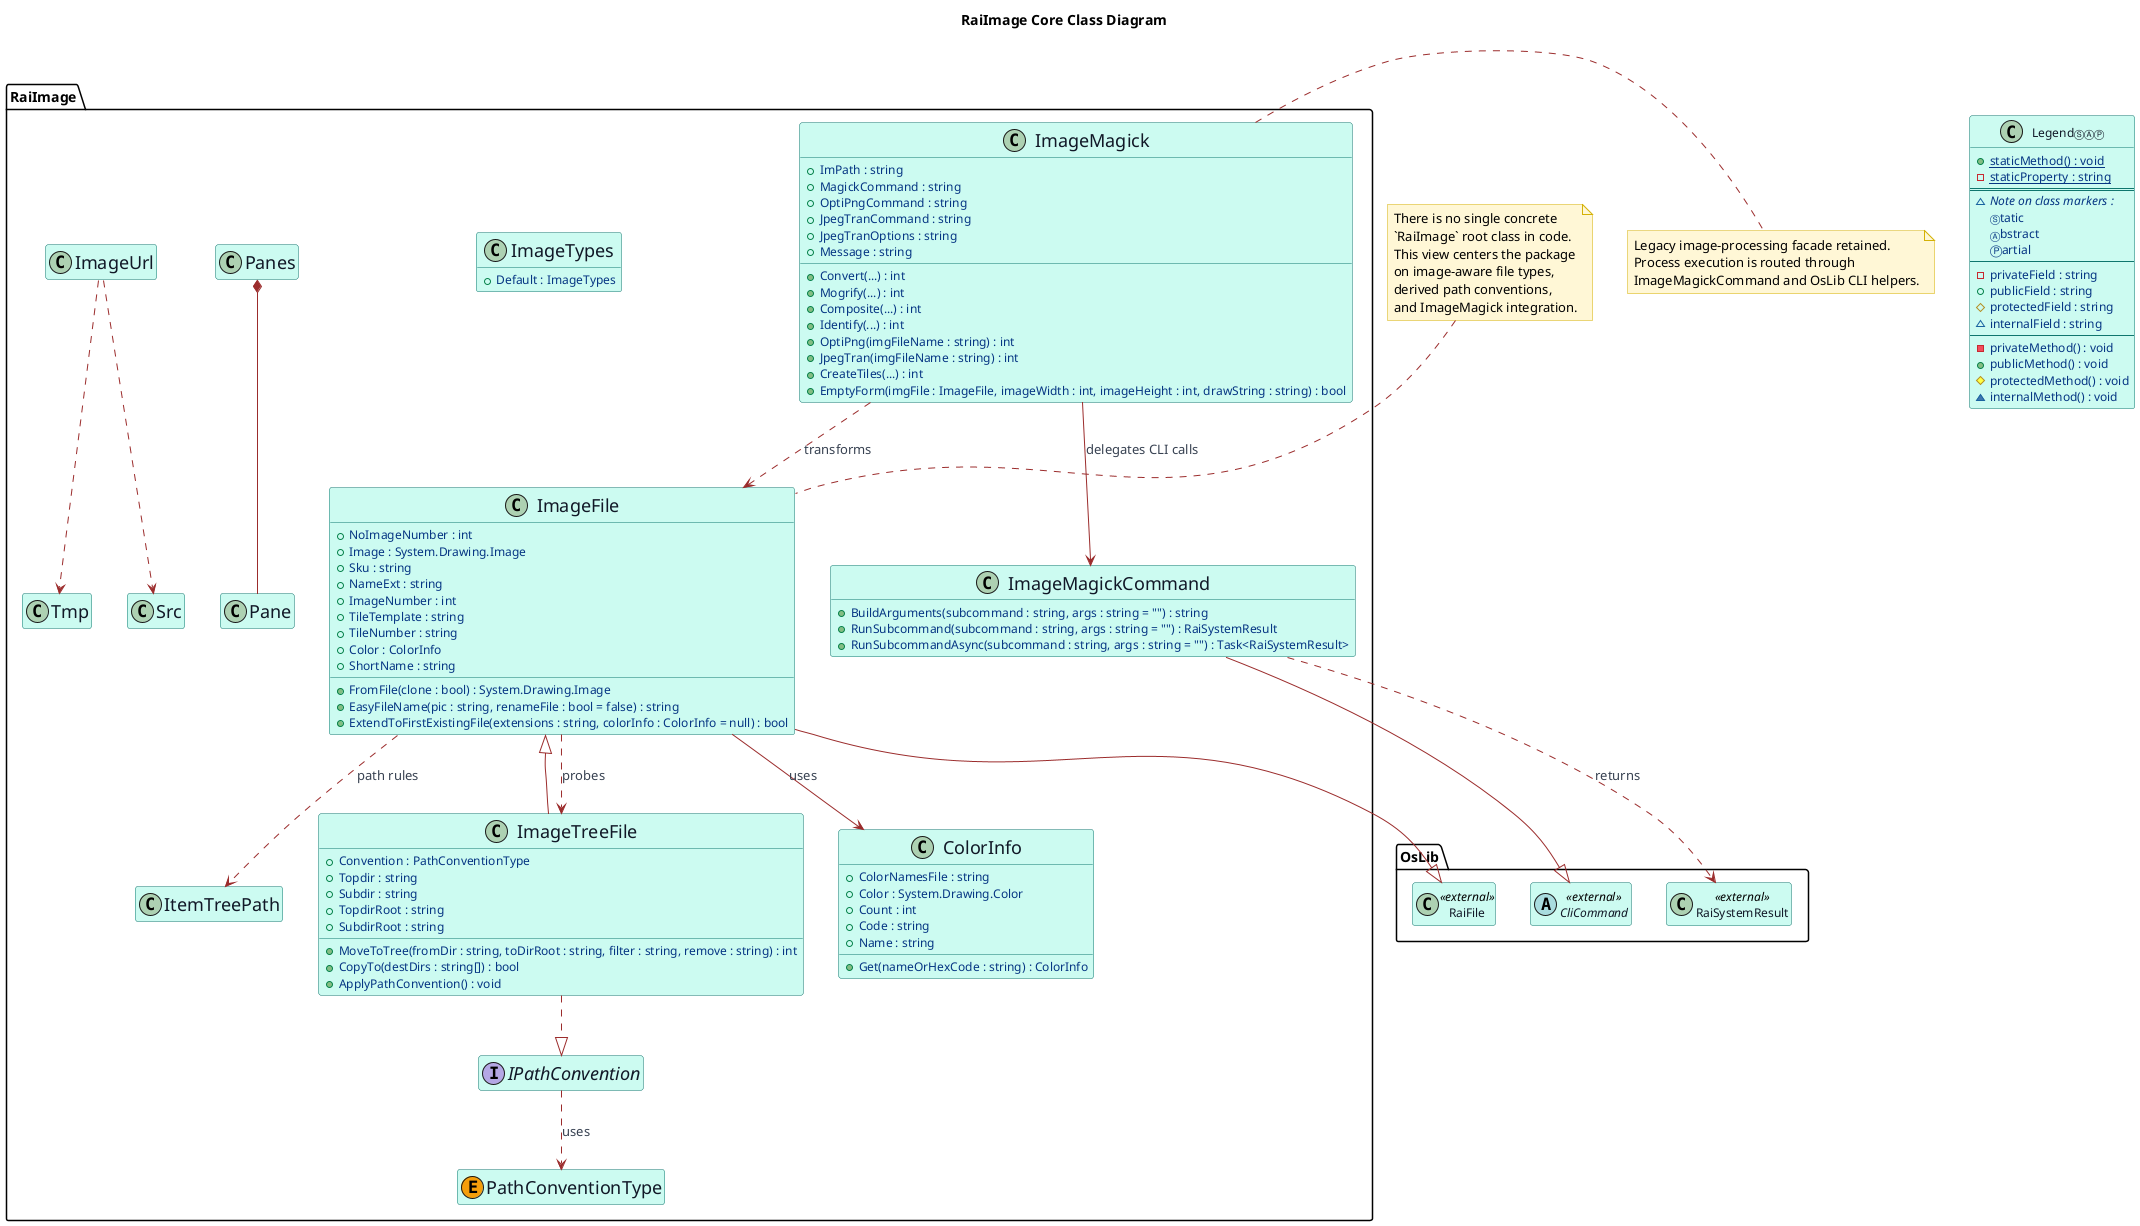
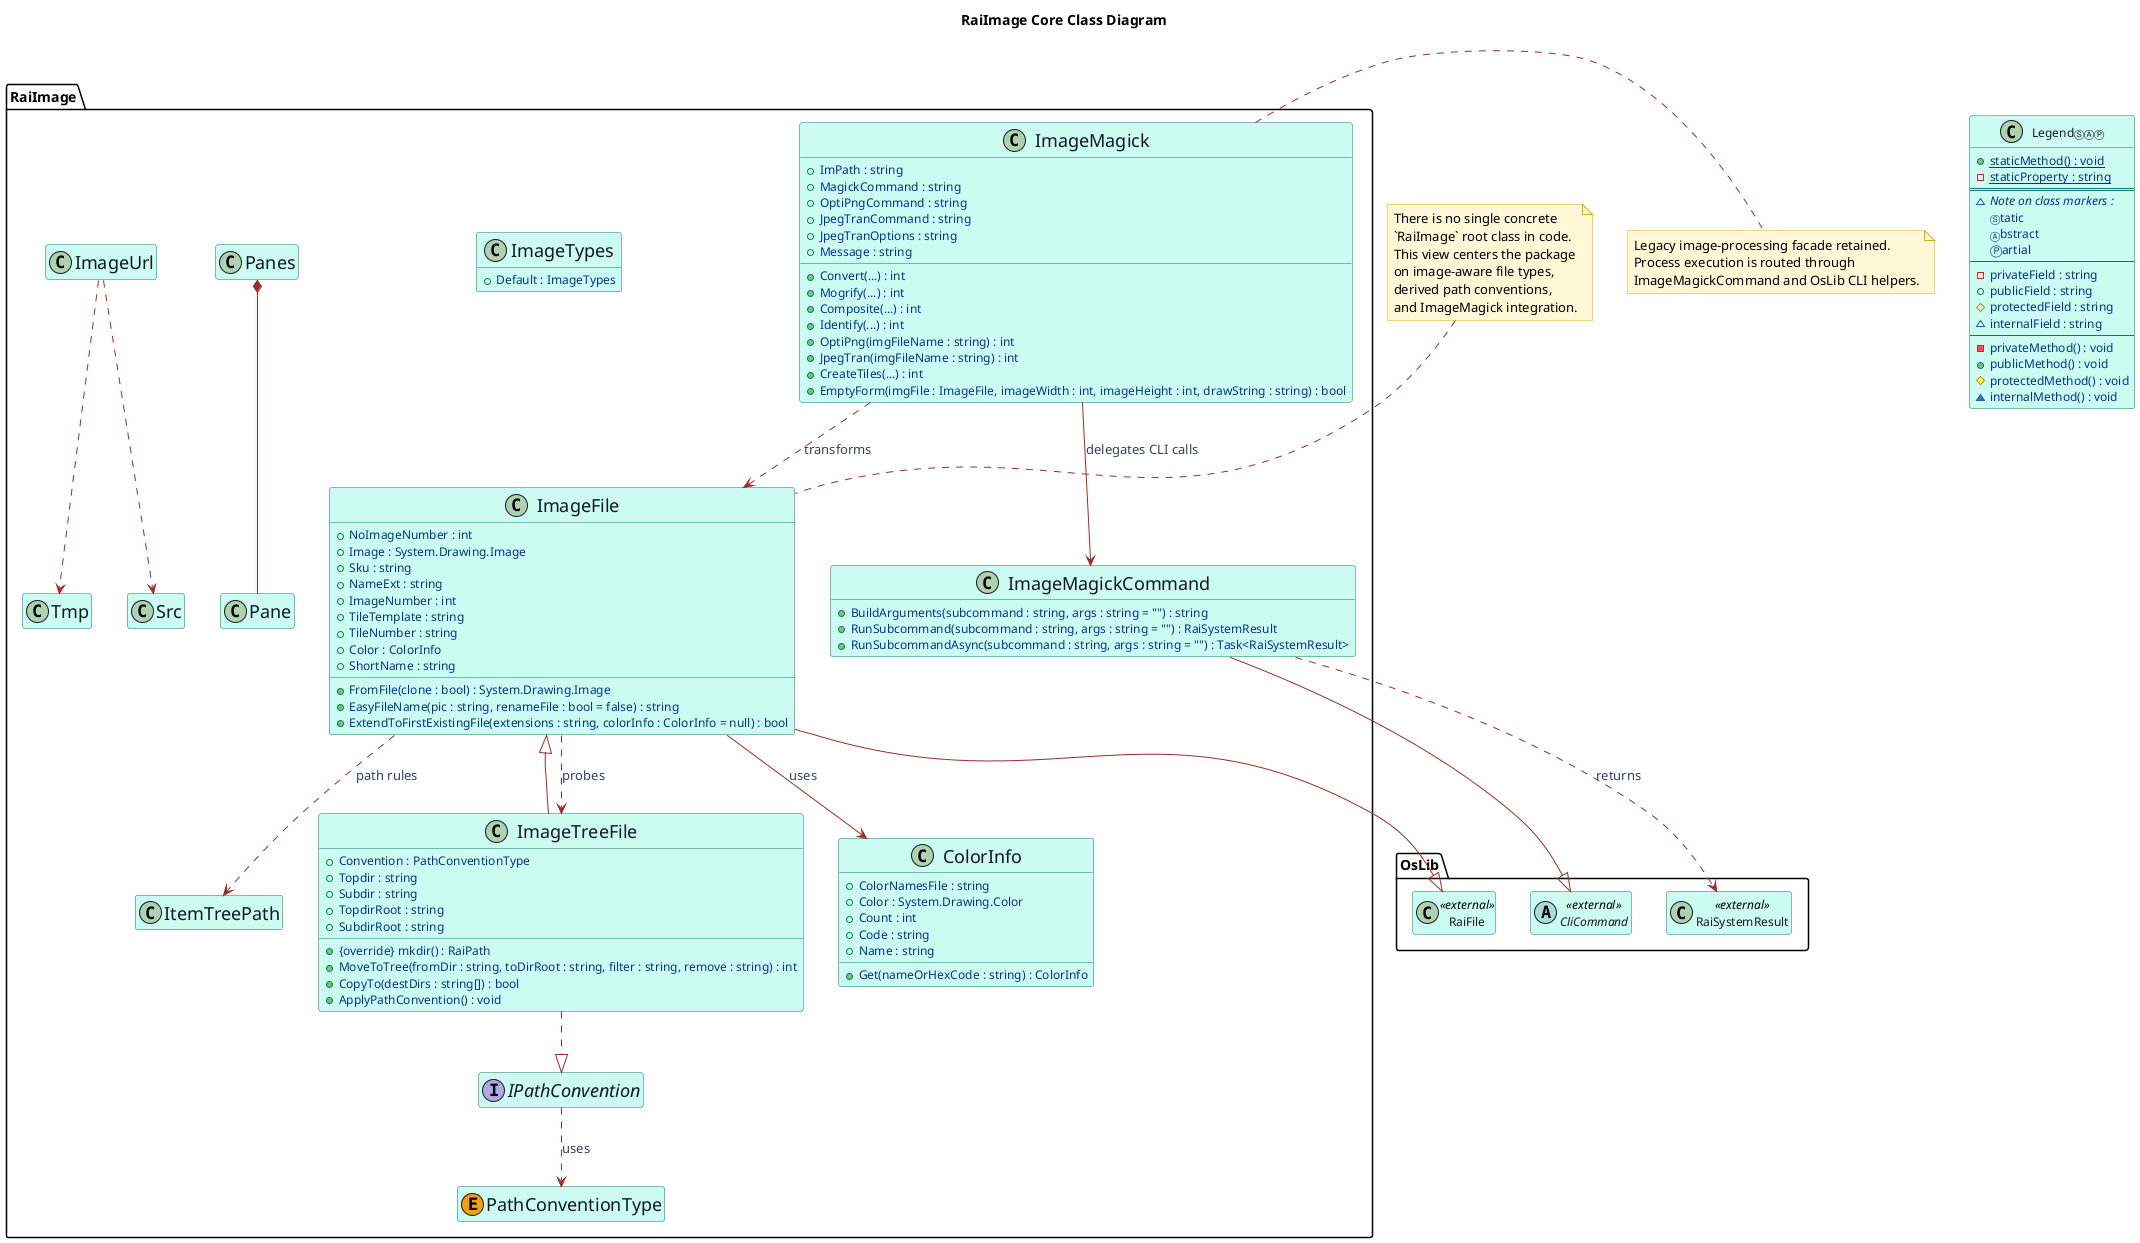
@startuml RaiImageCD
- ' Release: 3.8.0
+ ' Release: 3.8.1

title RaiImage Core Class Diagram

skinparam backgroundColor white
skinparam shadowing false
skinparam DiagramFontName "Casual"
skinparam DiagramFontSize 36
skinparam ClassFontName "Casual"
skinparam ClassFontSize 36
skinparam ClassAttributeIconSize 10
skinparam ClassAttributeFontName Casual
skinparam ClassAttributeFontColor #053583
skinparam ClassAttributeFontWeight normal
skinparam ClassAttributeFontSize 12
skinparam ClassMethodFontName "Casual"
skinparam ClassMethodFontSize 12
skinparam ClassMethodFontWeight 500
skinparam ClassAttributeFontStyle normal
skinparam ClassBorderColor #0f766e
skinparam ClassBackgroundColor #ccfbf1
skinparam ClassFontColor #111827
skinparam EnumBorderColor #b45309
skinparam EnumBackgroundColor #fef3c7
skinparam EnumFontColor #7c2d12
skinparam NoteBackgroundColor #fff7d6
skinparam NoteBorderColor #d4b106
skinparam ArrowColor #9b2c2c
skinparam ArrowFontColor #374151
skinparam ArrowFontName "Casual"

hide empty members

package "RaiImage" {
	class "<size:18>ImageFile</size>" as ImageFile {
		+NoImageNumber : int
		+Image : System.Drawing.Image
		+Sku : string
		+NameExt : string
		+ImageNumber : int
		+TileTemplate : string
		+TileNumber : string
		+Color : ColorInfo
		+ShortName : string
		+FromFile(clone : bool) : System.Drawing.Image
		+EasyFileName(pic : string, renameFile : bool = false) : string
		+ExtendToFirstExistingFile(extensions : string, colorInfo : ColorInfo = null) : bool
	}

	class "<size:18>ImageTreeFile</size>" as ImageTreeFile {
		+Convention : PathConventionType
		+Topdir : string
		+Subdir : string
		+TopdirRoot : string
		+SubdirRoot : string
+ 		+{override} mkdir() : RaiPath
		+MoveToTree(fromDir : string, toDirRoot : string, filter : string, remove : string) : int
		+CopyTo(destDirs : string[]) : bool
		+ApplyPathConvention() : void
	}

	class "<size:18>ImageMagick</size>" as ImageMagick {
		+ImPath : string
		+MagickCommand : string
		+OptiPngCommand : string
		+JpegTranCommand : string
		+JpegTranOptions : string
		+Message : string
		+Convert(...) : int
		+Mogrify(...) : int
		+Composite(...) : int
		+Identify(...) : int
		+OptiPng(imgFileName : string) : int
		+JpegTran(imgFileName : string) : int
		+CreateTiles(...) : int
		+EmptyForm(imgFile : ImageFile, imageWidth : int, imageHeight : int, drawString : string) : bool
	}

	class "<size:18>ImageMagickCommand</size>" as ImageMagickCommand {
		+BuildArguments(subcommand : string, args : string = "") : string
		+RunSubcommand(subcommand : string, args : string = "") : RaiSystemResult
		+RunSubcommandAsync(subcommand : string, args : string = "") : Task<RaiSystemResult>
	}

	class "<size:18>ColorInfo</size>" as ColorInfo {
		+ColorNamesFile : string
		+Color : System.Drawing.Color
		+Count : int
		+Code : string
		+Name : string
		+Get(nameOrHexCode : string) : ColorInfo
	}

	class "<size:18>ImageTypes</size>" as ImageTypes {
		+Default : ImageTypes
	}

	class "<size:18>Pane</size>" as Pane
	class "<size:18>Panes</size>" as Panes
	class "<size:18>Src</size>" as Src
	class "<size:18>Tmp</size>" as Tmp
	class "<size:18>ImageUrl</size>" as ImageUrl
	class "<size:18>ItemTreePath</size>" as ItemTreePath
	interface "<size:18>IPathConvention</size>" as IPathConvention
	enum "<size:18>PathConventionType</size>" as PathConventionType << (E,#f59e0b) >>
}

package "OsLib" {
	class "RaiFile" as RaiFile <<external>>
	abstract class "CliCommand" as CliCommand <<external>>
	class "RaiSystemResult" as RaiSystemResult <<external>>
}

ImageFile --|> RaiFile
ImageTreeFile --|> ImageFile
ImageTreeFile ..|> IPathConvention

ImageFile --> ColorInfo : uses
ImageFile ..> ImageTreeFile : probes
ImageFile ..> ItemTreePath : path rules

ImageMagick ..> ImageFile : transforms
ImageMagick --> ImageMagickCommand : delegates CLI calls
ImageMagickCommand --|> CliCommand
ImageMagickCommand ..> RaiSystemResult : returns

ImageUrl ..> Src
ImageUrl ..> Tmp
Panes *-- Pane
IPathConvention ..> PathConventionType : uses

class "Legend<size:10>ⓈⒶⓅ</size>" as LegendSample {
	+{static} staticMethod() : void
	-{static} staticProperty : string
	==
	~<i>Note on class markers :</i>
	<size:10>Ⓢ</size>tatic
	<size:10>Ⓐ</size>bstract
	Ⓟartial
	--
	- privateField : string
	+ publicField : string
	# protectedField : string
	~ internalField : string
	--
	- privateMethod() : void
	+ publicMethod() : void
	# protectedMethod() : void
	~ internalMethod() : void
}

note top of ImageFile
	There is no single concrete
	`RaiImage` root class in code.
	This view centers the package
	on image-aware file types,
	derived path conventions,
	and ImageMagick integration.
end note

note right of ImageMagick
	Legacy image-processing facade retained.
	Process execution is routed through
	ImageMagickCommand and OsLib CLI helpers.
end note

@enduml
